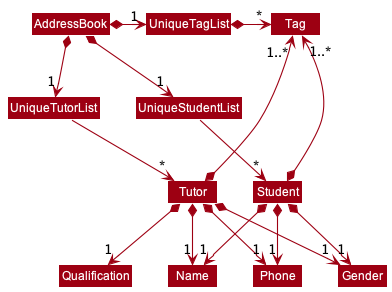
Before: docs/images/BetterModelClassDiagram.png, a diagram exported from PlantUML (tenebrius1/tp). Source of this version:
```plantuml
@startuml
!include style.puml
skinparam arrowThickness 1.1
skinparam arrowColor MODEL_COLOR
skinparam classBackgroundColor MODEL_COLOR

AddressBook *-down-> "1" UniqueTutorList
AddressBook *-down-> "1" UniqueStudentList
AddressBook *-right-> "1" UniqueTagList

UniqueTutorList -down-> "*" Tutor
UniqueStudentList -down-> "*" Student
UniqueTagList -[hidden]down- UniqueTutorList
UniqueTagList -[hidden]down- UniqueStudentList
UniqueTagList *-right-> "*" Tag

Tutor *-up-> "1..*" Tag

Tutor *--> "1" Name
Tutor *--> "1" Phone
Tutor *--> "1" Gender
Tutor *--> "1" Qualification

Tutor -[hidden]right-> Student

Student *-up-> "1..*" Tag

Student *--> "1" Name
Student *--> "1" Phone
Student *--> "1" Gender
@enduml
```
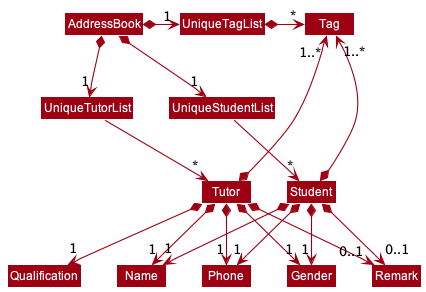
Later version of the same file.

Commit message:
Update DG Model diagrams with Remark

What changed in the source:
```diff
@@ -20,6 +20,7 @@
 Tutor *--> "1" Phone
 Tutor *--> "1" Gender
 Tutor *--> "1" Qualification
+Tutor *--> "0..1" Remark
 
 Tutor -[hidden]right-> Student
 
@@ -28,4 +29,5 @@
 Student *--> "1" Name
 Student *--> "1" Phone
 Student *--> "1" Gender
+Student *--> "0..1" Remark
 @enduml
```
